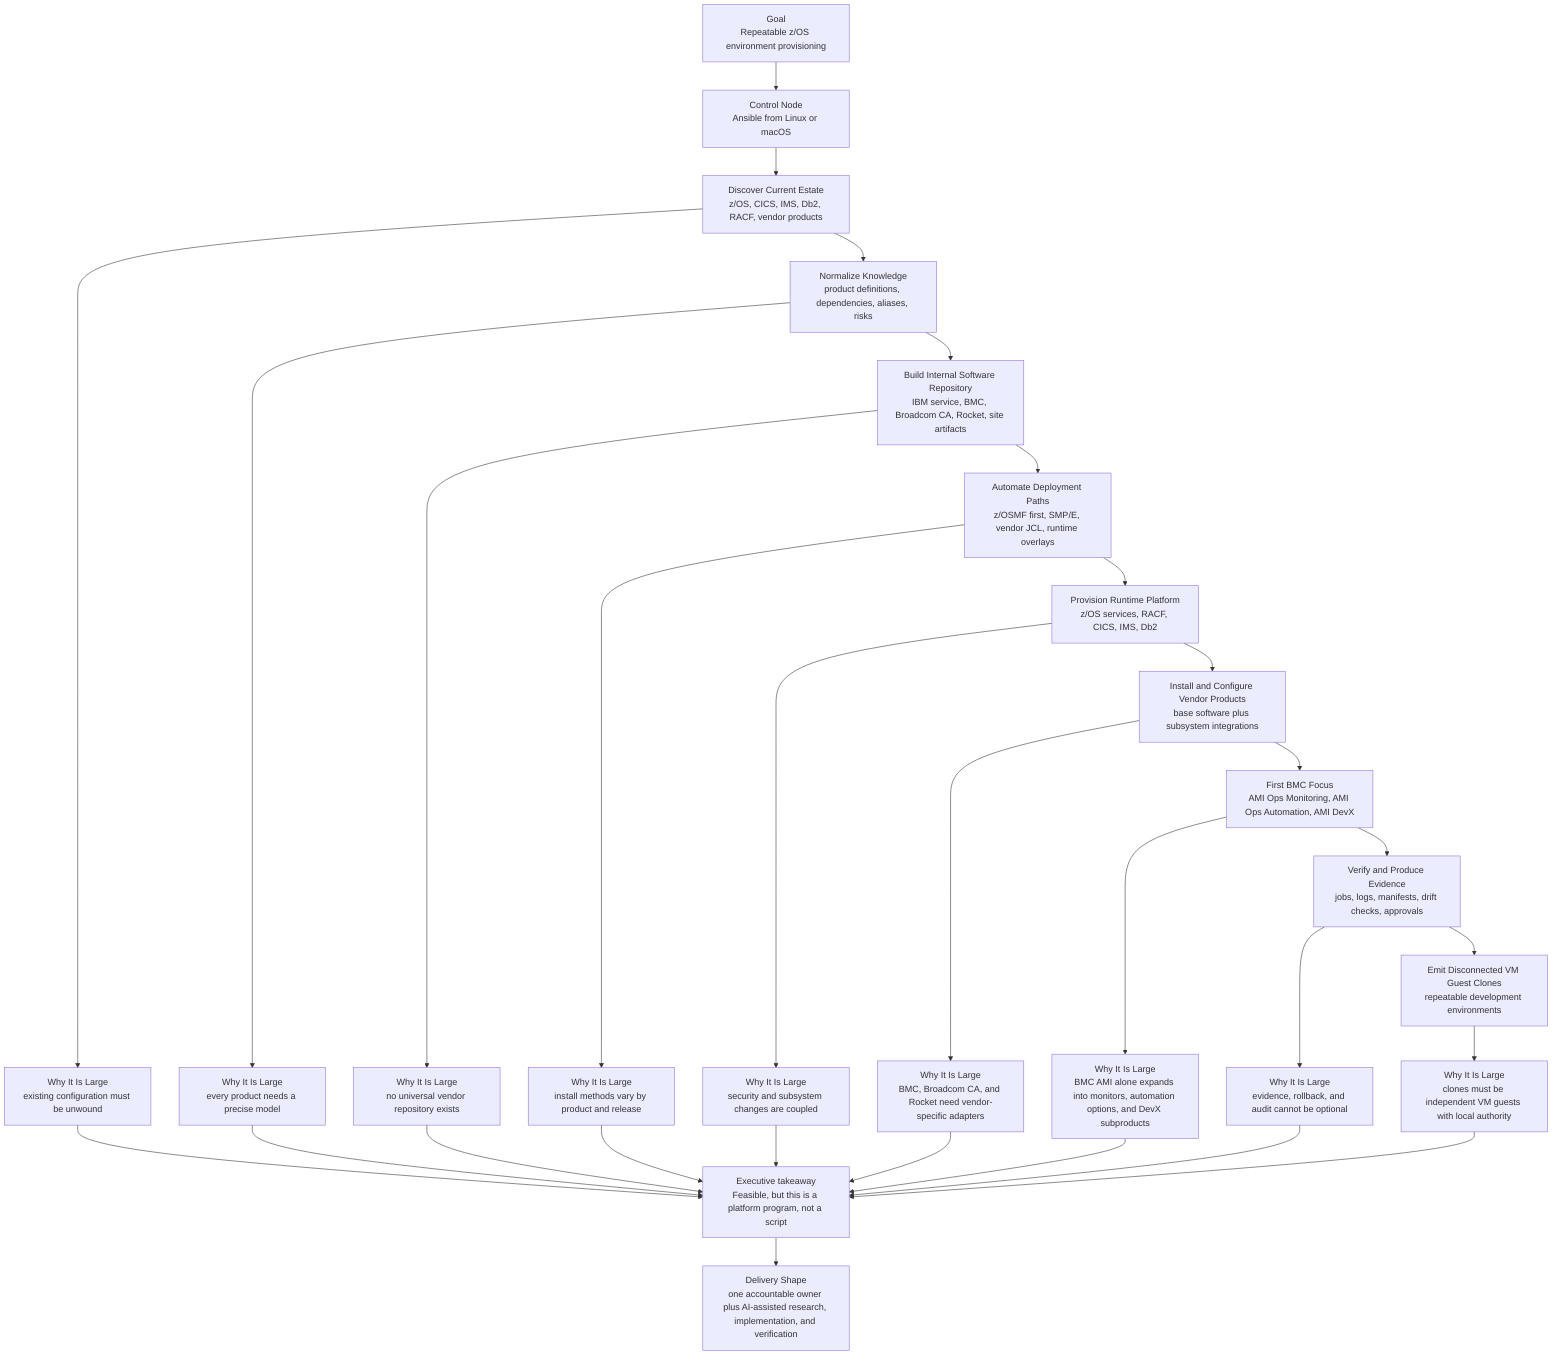
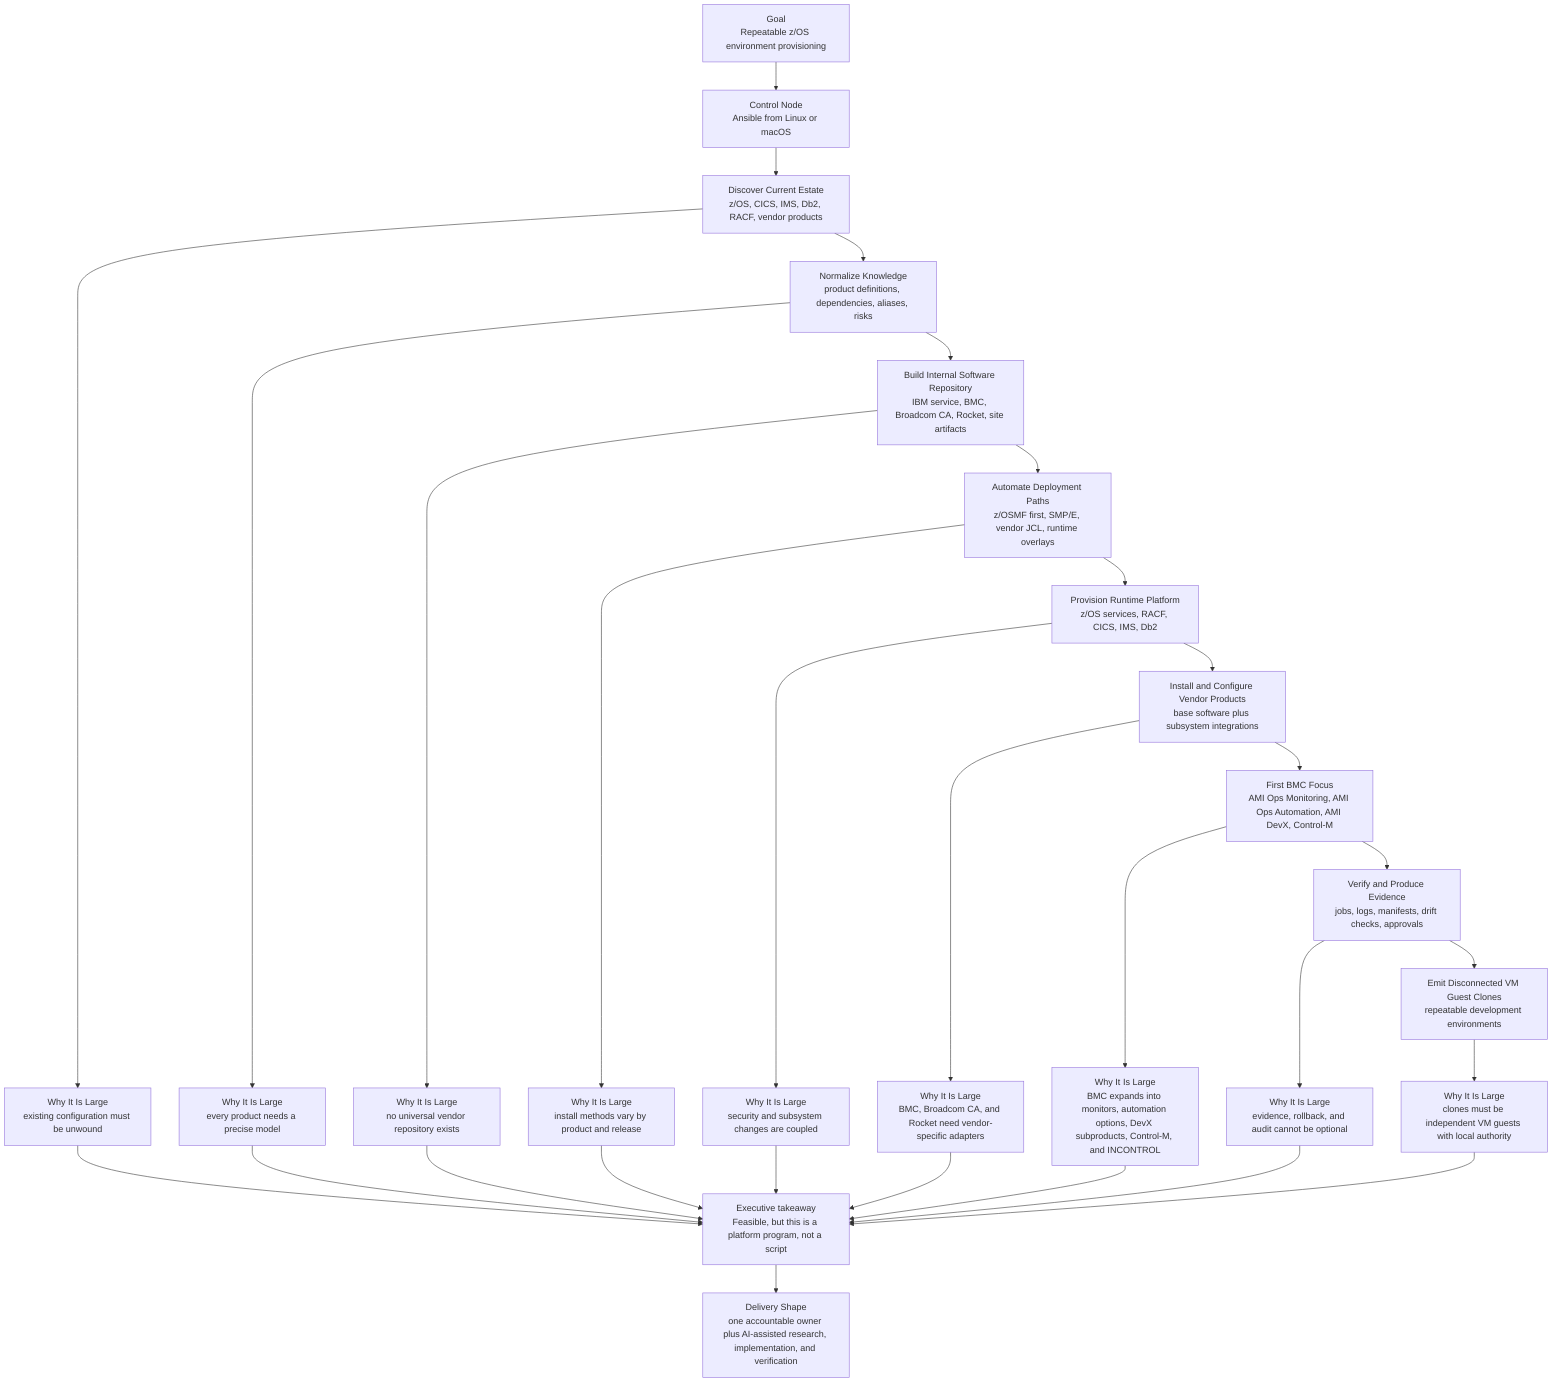
flowchart TD
    A["Goal<br/>Repeatable z/OS environment provisioning"] --> B["Control Node<br/>Ansible from Linux or macOS"]

    B --> C["Discover Current Estate<br/>z/OS, CICS, IMS, Db2, RACF, vendor products"]
    C --> D["Normalize Knowledge<br/>product definitions, dependencies, aliases, risks"]
    D --> E["Build Internal Software Repository<br/>IBM service, BMC, Broadcom CA, Rocket, site artifacts"]
    E --> F["Automate Deployment Paths<br/>z/OSMF first, SMP/E, vendor JCL, runtime overlays"]
    F --> G["Provision Runtime Platform<br/>z/OS services, RACF, CICS, IMS, Db2"]
    G --> H["Install and Configure Vendor Products<br/>base software plus subsystem integrations"]
-     H --> U["First BMC Focus<br/>AMI Ops Monitoring, AMI Ops Automation, AMI DevX"]
+     H --> U["First BMC Focus<br/>AMI Ops Monitoring, AMI Ops Automation, AMI DevX, Control-M"]
    U --> I["Verify and Produce Evidence<br/>jobs, logs, manifests, drift checks, approvals"]
    I --> J["Emit Disconnected VM Guest Clones<br/>repeatable development environments"]

    C --> K["Why It Is Large<br/>existing configuration must be unwound"]
    D --> L["Why It Is Large<br/>every product needs a precise model"]
    E --> M["Why It Is Large<br/>no universal vendor repository exists"]
    F --> N["Why It Is Large<br/>install methods vary by product and release"]
    G --> O["Why It Is Large<br/>security and subsystem changes are coupled"]
    H --> P["Why It Is Large<br/>BMC, Broadcom CA, and Rocket need vendor-specific adapters"]
-     U --> V["Why It Is Large<br/>BMC AMI alone expands into monitors, automation options, and DevX subproducts"]
+     U --> V["Why It Is Large<br/>BMC expands into monitors, automation options, DevX subproducts, Control-M, and INCONTROL"]
    I --> Q["Why It Is Large<br/>evidence, rollback, and audit cannot be optional"]
    J --> R["Why It Is Large<br/>clones must be independent VM guests with local authority"]

    K --> S["Executive takeaway<br/>Feasible, but this is a platform program, not a script"]
    L --> S
    M --> S
    N --> S
    O --> S
    P --> S
    V --> S
    Q --> S
    R --> S

    S --> T["Delivery Shape<br/>one accountable owner plus AI-assisted research, implementation, and verification"]
